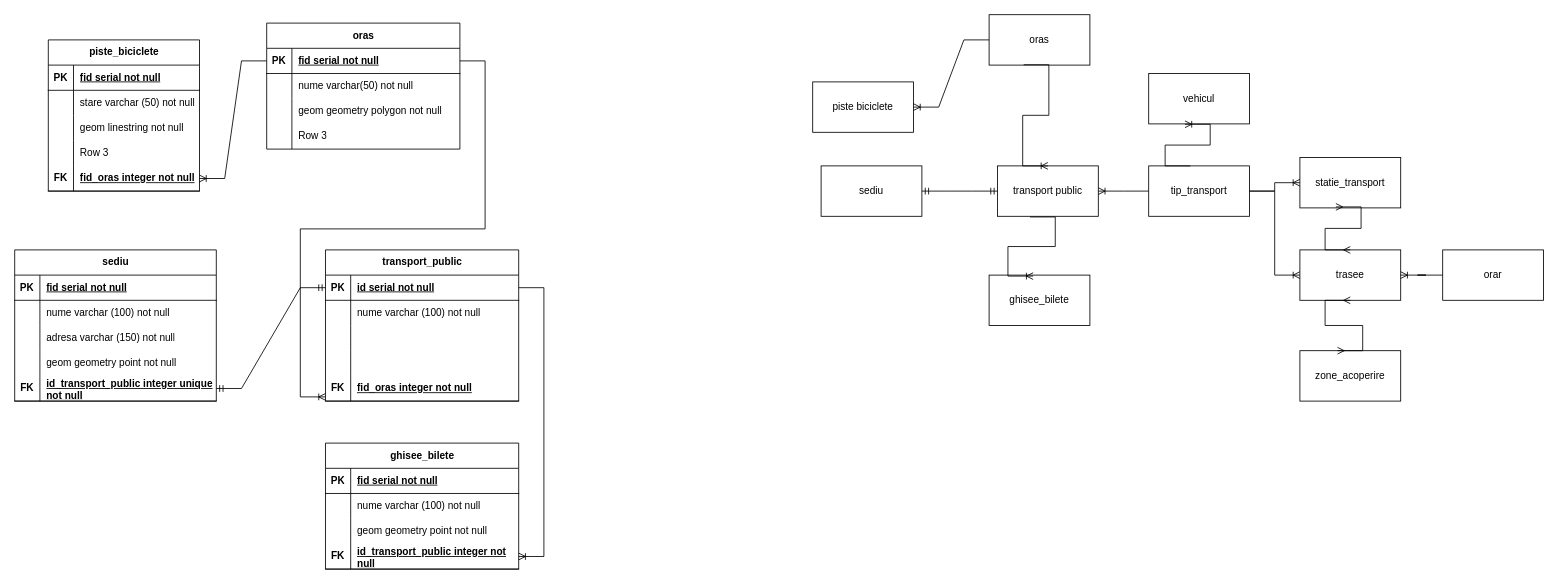
Before: examen_final.drawio in AndreeaPatrauvt/db1project, a draw.io diagram. Source tidied: cells renumbered, new cells numbered last; positions are measured from the earlier drawing's top-left corner, leaving out a move shared by most shapes. Both pictures are drawn from the tidied source at 84%, with x=0, y=0 at pixel (14, 14).
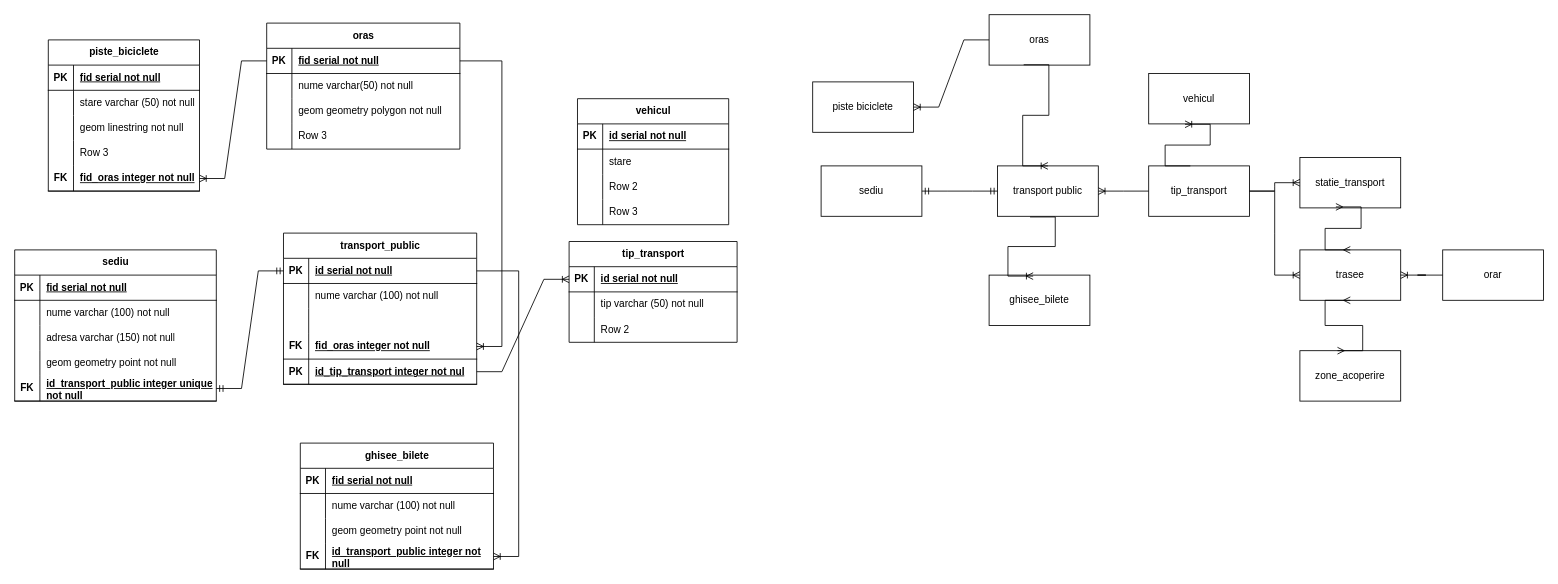
Above is the later version.

The change refers to these unchanged cells:
```xml
<mxCell id="25" style="shape=tableRow;horizontal=0;startSize=0;swimlaneHead=0;swimlaneBody=0;fillColor=none;points=[[0,0.5],[1,0.5]];portConstraint=eastwest;top=0;left=0;right=0;bottom=1;" parent="24" vertex="1">
  <mxGeometry y="30" width="230" height="30" as="geometry" />
</mxCell>
```

What changed in the source:
```diff
@@
     <mxCell id="54" value="transport_public" style="shape=table;startSize=30;childLayout=tableLayout;rowLines=0;fontStyle=1;align=center;html=1;" parent="1" vertex="1">
-      <mxGeometry x="370" y="280" width="230" height="180" as="geometry" />
+      <mxGeometry x="320" y="260" width="230" height="180" as="geometry" />
     </mxCell>
@@
-    <mxCell id="61" style="shape=tableRow;horizontal=0;startSize=0;swimlaneHead=0;swimlaneBody=0;fillColor=none;top=0;left=0;right=0;bottom=0;" parent="54" vertex="1">
-      <mxGeometry y="90" width="230" height="30" as="geometry" />
-    </mxCell>
-    <mxCell id="62" style="shape=partialRectangle;fillColor=none;top=0;left=0;bottom=0;right=0;overflow=hidden;whiteSpace=wrap;html=1;" parent="61" vertex="1">
-      <mxGeometry width="30" height="30" as="geometry" />
-    </mxCell>
-    <mxCell id="63" style="shape=partialRectangle;fillColor=none;top=0;left=0;bottom=0;right=0;align=left;spacingLeft=6;overflow=hidden;whiteSpace=wrap;html=1;" parent="61" vertex="1">
-      <mxGeometry x="30" width="200" height="30" as="geometry" />
-    </mxCell>
     <mxCell id="64" style="shape=tableRow;horizontal=0;startSize=0;swimlaneHead=0;swimlaneBody=0;fillColor=none;top=0;left=0;right=0;bottom=0;" parent="54" vertex="1">
-      <mxGeometry y="120" width="230" height="30" as="geometry" />
+      <mxGeometry y="90" width="230" height="30" as="geometry" />
     </mxCell>
@@
     <mxCell id="67" style="shape=tableRow;horizontal=0;startSize=0;swimlaneHead=0;swimlaneBody=0;fillColor=none;points=[[0,0.5],[1,0.5]];portConstraint=eastwest;top=0;left=0;right=0;bottom=1;" parent="54" vertex="1">
-      <mxGeometry y="150" width="230" height="30" as="geometry" />
+      <mxGeometry y="120" width="230" height="30" as="geometry" />
     </mxCell>
@@
+    <mxCell id="102" style="shape=tableRow;horizontal=0;startSize=0;swimlaneHead=0;swimlaneBody=0;fillColor=none;points=[[0,0.5],[1,0.5]];portConstraint=eastwest;top=0;left=0;right=0;bottom=1;" parent="54" vertex="1">
+      <mxGeometry y="150" width="230" height="30" as="geometry" />
+    </mxCell>
+    <mxCell id="103" value="PK" style="shape=partialRectangle;fillColor=none;top=0;left=0;bottom=0;right=0;fontStyle=1;overflow=hidden;whiteSpace=wrap;html=1;" parent="102" vertex="1">
+      <mxGeometry width="30" height="30" as="geometry" />
+    </mxCell>
+    <mxCell id="104" value="id_tip_transport integer not nul" style="shape=partialRectangle;fillColor=none;top=0;left=0;bottom=0;right=0;align=left;spacingLeft=6;fontStyle=5;overflow=hidden;whiteSpace=wrap;html=1;" parent="102" vertex="1">
+      <mxGeometry x="30" width="200" height="30" as="geometry" />
+    </mxCell>
-    <mxCell id="70" style="edgeStyle=entityRelationEdgeStyle;fontSize=12;html=1;endArrow=ERoneToMany;rounded=0;" parent="1" edge="1" source="25">
+    <mxCell id="70" style="edgeStyle=entityRelationEdgeStyle;fontSize=12;html=1;endArrow=ERoneToMany;rounded=0;" parent="1" edge="1" source="25" target="67">
       <mxGeometry relative="1" as="geometry">
-        <mxPoint x="370" y="455" as="targetPoint" />
+        <Array as="points">
+          <mxPoint x="360" y="440" />
+        </Array>
       </mxGeometry>
     </mxCell>
@@
     <mxCell id="88" value="ghisee_bilete" style="shape=table;startSize=30;childLayout=tableLayout;rowLines=0;fontStyle=1;align=center;html=1;" parent="1" vertex="1">
-      <mxGeometry x="370" y="510" width="230" height="150" as="geometry" />
+      <mxGeometry x="340" y="510" width="230" height="150" as="geometry" />
     </mxCell>
@@
+    <mxCell id="105" value="tip_transport" style="shape=table;startSize=30;childLayout=tableLayout;rowLines=0;fontStyle=1;align=center;html=1;" parent="1" vertex="1">
+      <mxGeometry x="660" y="270" width="200" height="120" as="geometry" />
+    </mxCell>
+    <mxCell id="106" style="shape=tableRow;horizontal=0;startSize=0;swimlaneHead=0;swimlaneBody=0;fillColor=none;points=[[0,0.5],[1,0.5]];portConstraint=eastwest;top=0;left=0;right=0;bottom=1;" parent="105" vertex="1">
+      <mxGeometry y="30" width="200" height="30" as="geometry" />
+    </mxCell>
+    <mxCell id="107" value="PK" style="shape=partialRectangle;fillColor=none;top=0;left=0;bottom=0;right=0;fontStyle=1;overflow=hidden;whiteSpace=wrap;html=1;" parent="106" vertex="1">
+      <mxGeometry width="30" height="30" as="geometry" />
+    </mxCell>
+    <mxCell id="108" value="id serial not null" style="shape=partialRectangle;fillColor=none;top=0;left=0;bottom=0;right=0;align=left;spacingLeft=6;fontStyle=5;overflow=hidden;whiteSpace=wrap;html=1;" parent="106" vertex="1">
+      <mxGeometry x="30" width="170" height="30" as="geometry" />
+    </mxCell>
+    <mxCell id="109" style="shape=tableRow;horizontal=0;startSize=0;swimlaneHead=0;swimlaneBody=0;fillColor=none;top=0;left=0;right=0;bottom=0;" parent="105" vertex="1">
+      <mxGeometry y="60" width="200" height="30" as="geometry" />
+    </mxCell>
+    <mxCell id="110" style="shape=partialRectangle;fillColor=none;top=0;left=0;bottom=0;right=0;overflow=hidden;whiteSpace=wrap;html=1;" parent="109" vertex="1">
+      <mxGeometry width="30" height="30" as="geometry" />
+    </mxCell>
+    <mxCell id="111" value="tip varchar (50) not null" style="shape=partialRectangle;fillColor=none;top=0;left=0;bottom=0;right=0;align=left;spacingLeft=6;overflow=hidden;whiteSpace=wrap;html=1;" parent="109" vertex="1">
+      <mxGeometry x="30" width="170" height="30" as="geometry" />
+    </mxCell>
+    <mxCell id="112" style="shape=tableRow;horizontal=0;startSize=0;swimlaneHead=0;swimlaneBody=0;fillColor=none;top=0;left=0;right=0;bottom=0;" parent="105" vertex="1">
+      <mxGeometry y="90" width="200" height="30" as="geometry" />
+    </mxCell>
+    <mxCell id="113" style="shape=partialRectangle;fillColor=none;top=0;left=0;bottom=0;right=0;overflow=hidden;whiteSpace=wrap;html=1;" parent="112" vertex="1">
+      <mxGeometry width="30" height="30" as="geometry" />
+    </mxCell>
+    <mxCell id="114" value="Row 2" style="shape=partialRectangle;fillColor=none;top=0;left=0;bottom=0;right=0;align=left;spacingLeft=6;overflow=hidden;whiteSpace=wrap;html=1;" parent="112" vertex="1">
+      <mxGeometry x="30" width="170" height="30" as="geometry" />
+    </mxCell>
+    <mxCell id="115" style="edgeStyle=entityRelationEdgeStyle;fontSize=12;html=1;endArrow=ERoneToMany;rounded=0;" parent="1" edge="1" source="102" target="106">
+      <mxGeometry relative="1" as="geometry" />
+    </mxCell>
+    <mxCell id="116" value="vehicul" style="shape=table;startSize=30;childLayout=tableLayout;rowLines=0;fontStyle=1;align=center;html=1;" parent="1" vertex="1">
+      <mxGeometry x="670" y="100" width="180" height="150" as="geometry" />
+    </mxCell>
+    <mxCell id="117" style="shape=tableRow;horizontal=0;startSize=0;swimlaneHead=0;swimlaneBody=0;fillColor=none;top=0;left=0;right=0;bottom=1;" parent="116" vertex="1">
+      <mxGeometry y="30" width="180" height="30" as="geometry" />
+    </mxCell>
+    <mxCell id="118" value="PK" style="shape=partialRectangle;fillColor=none;top=0;left=0;bottom=0;right=0;fontStyle=1;overflow=hidden;whiteSpace=wrap;html=1;" parent="117" vertex="1">
+      <mxGeometry width="30" height="30" as="geometry" />
+    </mxCell>
+    <mxCell id="119" value="id serial not null" style="shape=partialRectangle;fillColor=none;top=0;left=0;bottom=0;right=0;align=left;spacingLeft=6;fontStyle=5;overflow=hidden;whiteSpace=wrap;html=1;" parent="117" vertex="1">
+      <mxGeometry x="30" width="150" height="30" as="geometry" />
+    </mxCell>
+    <mxCell id="120" style="shape=tableRow;horizontal=0;startSize=0;swimlaneHead=0;swimlaneBody=0;fillColor=none;top=0;left=0;right=0;bottom=0;" parent="116" vertex="1">
+      <mxGeometry y="60" width="180" height="30" as="geometry" />
+    </mxCell>
+    <mxCell id="121" style="shape=partialRectangle;fillColor=none;top=0;left=0;bottom=0;right=0;overflow=hidden;whiteSpace=wrap;html=1;" parent="120" vertex="1">
+      <mxGeometry width="30" height="30" as="geometry" />
+    </mxCell>
+    <mxCell id="122" value="stare&amp;nbsp;" style="shape=partialRectangle;fillColor=none;top=0;left=0;bottom=0;right=0;align=left;spacingLeft=6;overflow=hidden;whiteSpace=wrap;html=1;" parent="120" vertex="1">
+      <mxGeometry x="30" width="150" height="30" as="geometry" />
+    </mxCell>
+    <mxCell id="123" style="shape=tableRow;horizontal=0;startSize=0;swimlaneHead=0;swimlaneBody=0;fillColor=none;top=0;left=0;right=0;bottom=0;" parent="116" vertex="1">
+      <mxGeometry y="90" width="180" height="30" as="geometry" />
+    </mxCell>
+    <mxCell id="124" style="shape=partialRectangle;fillColor=none;top=0;left=0;bottom=0;right=0;overflow=hidden;whiteSpace=wrap;html=1;" parent="123" vertex="1">
+      <mxGeometry width="30" height="30" as="geometry" />
+    </mxCell>
+    <mxCell id="125" value="Row 2" style="shape=partialRectangle;fillColor=none;top=0;left=0;bottom=0;right=0;align=left;spacingLeft=6;overflow=hidden;whiteSpace=wrap;html=1;" parent="123" vertex="1">
+      <mxGeometry x="30" width="150" height="30" as="geometry" />
+    </mxCell>
+    <mxCell id="126" style="shape=tableRow;horizontal=0;startSize=0;swimlaneHead=0;swimlaneBody=0;fillColor=none;top=0;left=0;right=0;bottom=0;" parent="116" vertex="1">
+      <mxGeometry y="120" width="180" height="30" as="geometry" />
+    </mxCell>
+    <mxCell id="127" style="shape=partialRectangle;fillColor=none;top=0;left=0;bottom=0;right=0;overflow=hidden;whiteSpace=wrap;html=1;" parent="126" vertex="1">
+      <mxGeometry width="30" height="30" as="geometry" />
+    </mxCell>
+    <mxCell id="128" value="Row 3" style="shape=partialRectangle;fillColor=none;top=0;left=0;bottom=0;right=0;align=left;spacingLeft=6;overflow=hidden;whiteSpace=wrap;html=1;" parent="126" vertex="1">
+      <mxGeometry x="30" width="150" height="30" as="geometry" />
+    </mxCell>
```
